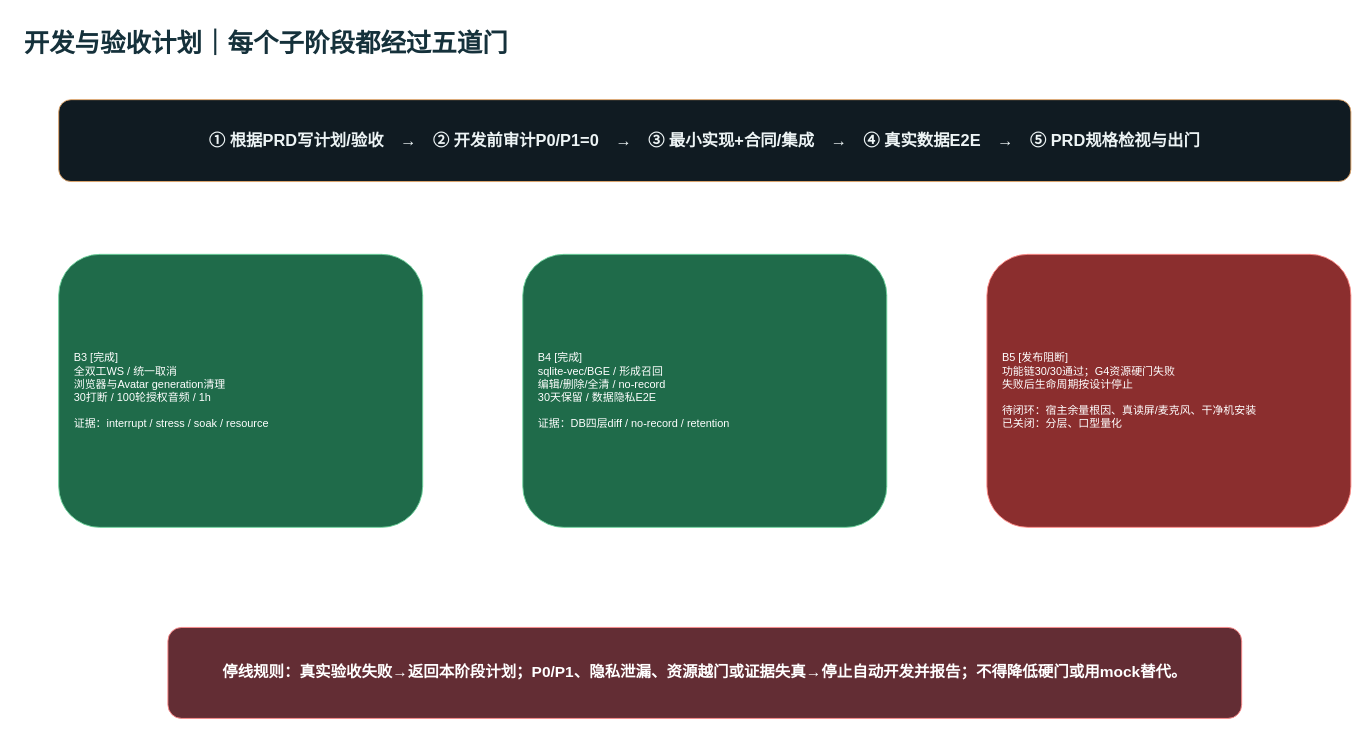
ljx418/cyberWife keeps this draw.io diagram as page "07-开发验收计划与里程碑" (7 of 8) of docs/cyberWife-b3-b5-delivery-gap.drawio. Above is the earlier version. Source tidied: cells renumbered, new cells numbered last; positions are measured from the earlier drawing's top-left corner, leaving out a move shared by most shapes. Both pictures are drawn from the tidied source at 91%, with x=0, y=0 at pixel (22, 22).
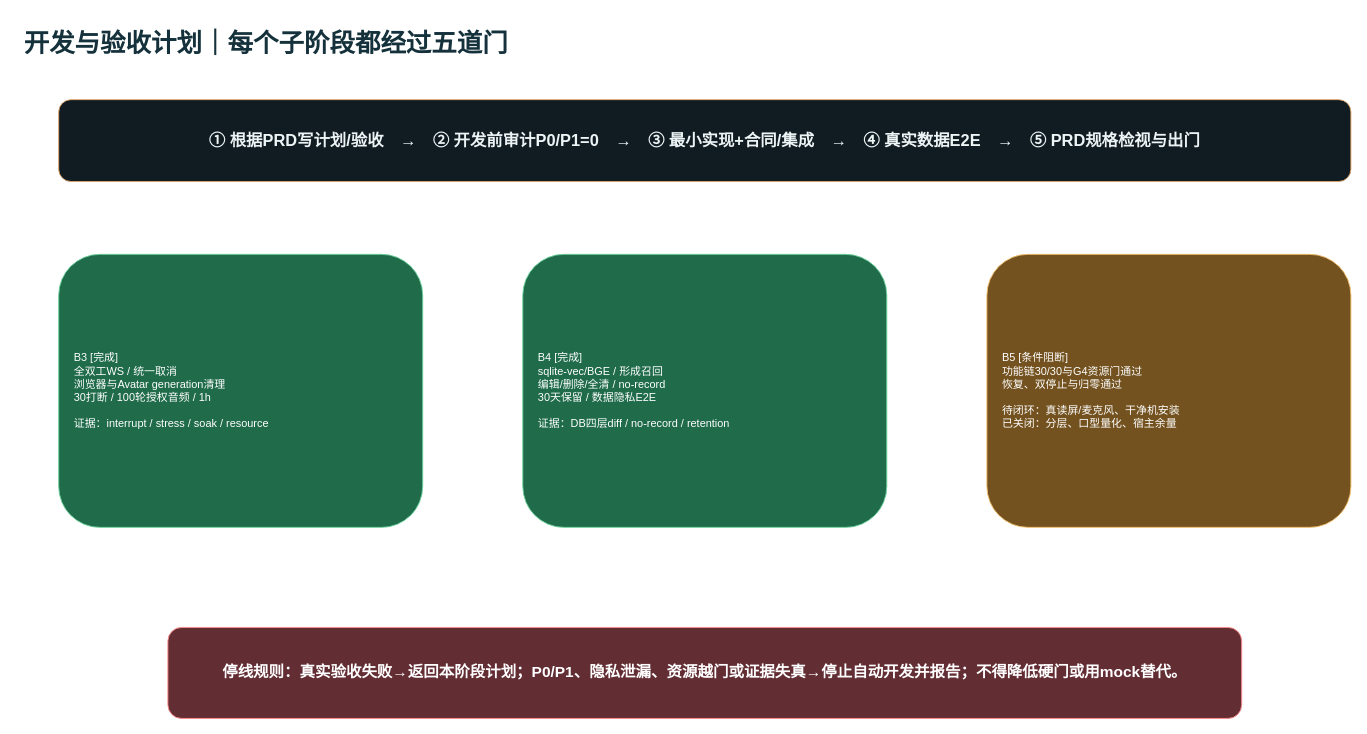
The same page after the edit.

Change to the diagram source:
```diff
@@
 <mxGraphModel>
   <root>
     <mxCell id="0" />
     <mxCell id="1" parent="0" />
     <mxCell id="2" value="开发与验收计划｜每个子阶段都经过五道门" style="text;html=1;fontSize=28;fontStyle=1;fontColor=#15313B;" parent="1" vertex="1">
       <mxGeometry width="1100" height="50" as="geometry" />
     </mxCell>
     <mxCell id="3" value="① 根据PRD写计划/验收　→　② 开发前审计P0/P1=0　→　③ 最小实现+合同/集成　→　④ 真实数据E2E　→　⑤ PRD规格检视与出门" style="rounded=1;html=1;whiteSpace=wrap;fillColor=#101B22;strokeColor=#E4A668;fontColor=#EDF4F5;fontSize=18;fontStyle=1;" parent="1" vertex="1">
       <mxGeometry x="40" y="85" width="1420" height="90" as="geometry" />
     </mxCell>
     <mxCell id="4" value="B3 [完成]&#10;全双工WS / 统一取消&#10;浏览器与Avatar generation清理&#10;30打断 / 100轮授权音频 / 1h&#10;&#10;证据：interrupt / stress / soak / resource" style="rounded=1;html=1;whiteSpace=wrap;fillColor=#1F6B4A;strokeColor=#6ED39C;fontColor=#FFFFFF;align=left;spacing=17;" parent="1" vertex="1">
       <mxGeometry x="40" y="255" width="400" height="300" as="geometry" />
     </mxCell>
     <mxCell id="5" value="B4 [完成]&#10;sqlite-vec/BGE / 形成召回&#10;编辑/删除/全清 / no-record&#10;30天保留 / 数据隐私E2E&#10;&#10;证据：DB四层diff / no-record / retention" style="rounded=1;html=1;whiteSpace=wrap;fillColor=#1F6B4A;strokeColor=#6ED39C;fontColor=#FFFFFF;align=left;spacing=17;" parent="1" vertex="1">
       <mxGeometry x="550" y="255" width="400" height="300" as="geometry" />
     </mxCell>
-    <mxCell id="6" value="B5 [发布阻断]&#10;功能链30/30通过；G4资源硬门失败&#10;失败后生命周期按设计停止&#10;&#10;待闭环：宿主余量根因、真读屏/麦克风、干净机安装&#10;已关闭：分层、口型量化" style="rounded=1;html=1;whiteSpace=wrap;fillColor=#8B2E2E;strokeColor=#FF8C87;fontColor=#FFFFFF;align=left;spacing=17;" parent="1" vertex="1">
+    <mxCell id="6" value="B5 [条件阻断]&#10;功能链30/30与G4资源门通过&#10;恢复、双停止与归零通过&#10;&#10;待闭环：真读屏/麦克风、干净机安装&#10;已关闭：分层、口型量化、宿主余量" style="rounded=1;html=1;whiteSpace=wrap;fillColor=#73521F;strokeColor=#F2BD6B;fontColor=#FFFFFF;align=left;spacing=17;" parent="1" vertex="1">
       <mxGeometry x="1060" y="255" width="400" height="300" as="geometry" />
     </mxCell>
     <mxCell id="7" value="停线规则：真实验收失败→返回本阶段计划；P0/P1、隐私泄漏、资源越门或证据失真→停止自动开发并报告；不得降低硬门或用mock替代。" style="rounded=1;html=1;whiteSpace=wrap;fillColor=#632D34;strokeColor=#FF8C8C;fontColor=#FFFFFF;fontSize=17;fontStyle=1;" parent="1" vertex="1">
       <mxGeometry x="160" y="665" width="1180" height="100" as="geometry" />
     </mxCell>
     <mxCell id="8" style="edgeStyle=orthogonalEdgeStyle;strokeColor=#8AA0A9;endArrow=block;" parent="1" edge="1" source="4" target="5" />
     <mxCell id="9" style="edgeStyle=orthogonalEdgeStyle;strokeColor=#8AA0A9;endArrow=block;" parent="1" edge="1" source="5" target="6" />
   </root>
 </mxGraphModel>
```
